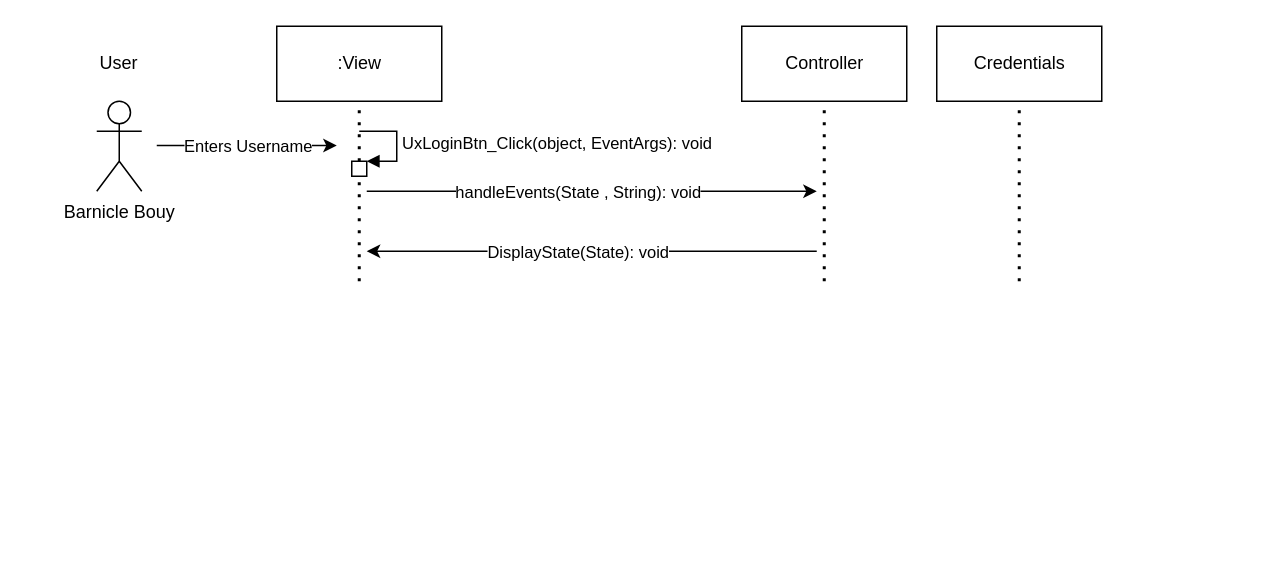
The draw.io diagram page "Enter Valid credentials" (2 of 2) of Lab1-CalebRosebaugh.drawio in Rosebaugh/CS501, before the edit. Source tidied: cells renumbered, new cells numbered last; positions are measured from the earlier drawing's top-left corner, leaving out a move shared by most shapes. Both pictures are drawn from the tidied source at 150%, with x=0, y=0 at pixel (88, 26).
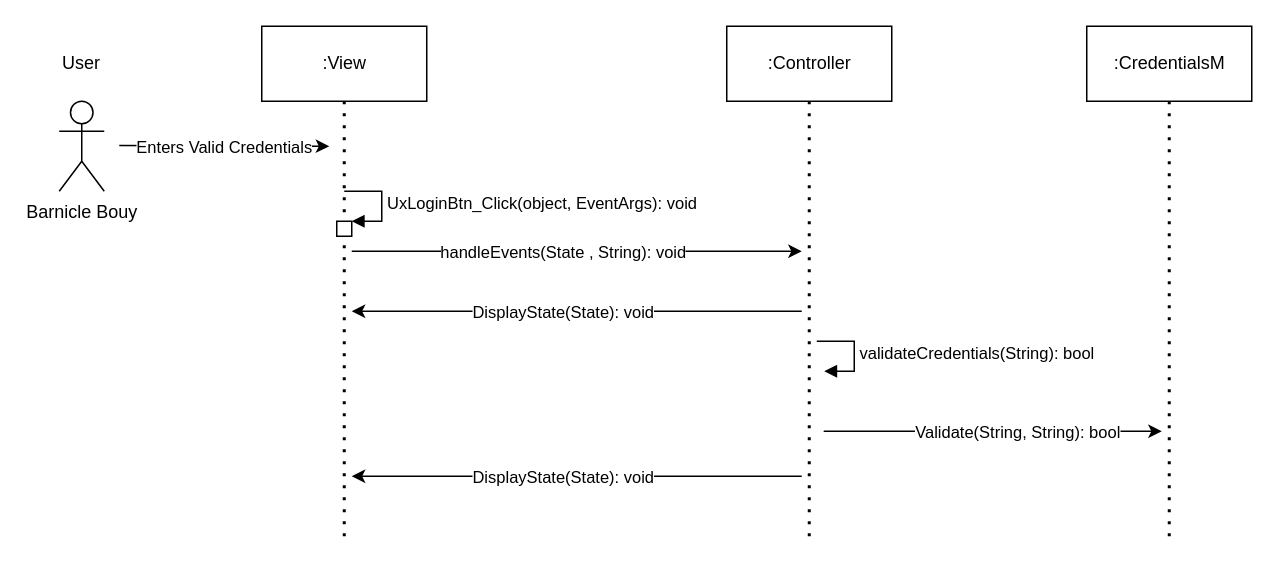
Above is the later version.

The edit, as a diff of the source:
```diff
@@
     <mxCell id="2" value="Barnicle Bouy" style="shape=umlActor;verticalLabelPosition=bottom;verticalAlign=top;html=1;" parent="1" vertex="1">
-      <mxGeometry x="5" y="50" width="30" height="60" as="geometry" />
+      <mxGeometry x="-20" y="50" width="30" height="60" as="geometry" />
     </mxCell>
     <mxCell id="3" value=":View" style="html=1;" parent="1" vertex="1">
-      <mxGeometry x="125" width="110" height="50" as="geometry" />
+      <mxGeometry x="115" width="110" height="50" as="geometry" />
     </mxCell>
     <mxCell id="4" style="endArrow=classic;html=1;" parent="1" edge="1">
       <mxGeometry relative="1" as="geometry">
-        <mxPoint x="45" y="79.5" as="sourcePoint" />
-        <mxPoint x="165" y="79.5" as="targetPoint" />
+        <mxPoint x="20" y="79.5" as="sourcePoint" />
+        <mxPoint x="160" y="80" as="targetPoint" />
       </mxGeometry>
     </mxCell>
-    <mxCell id="5" value="Enters Username" style="edgeLabel;html=1;align=center;verticalAlign=middle;" parent="4" vertex="1">
+    <mxCell id="5" value="Enters Valid Credentials" style="edgeLabel;html=1;align=center;verticalAlign=middle;" parent="4" vertex="1">
       <mxGeometry x="-0.17" relative="1" as="geometry">
-        <mxPoint x="10" as="offset" />
+        <mxPoint x="11.7" y="0.3" as="offset" />
       </mxGeometry>
     </mxCell>
     <mxCell id="6" style="endArrow=none;dashed=1;html=1;dashPattern=1 3;strokeWidth=2;entryX=0.5;entryY=1;entryDx=0;entryDy=0;" parent="1" edge="1" target="3">
       <mxGeometry relative="1" as="geometry">
-        <mxPoint x="180" y="170" as="sourcePoint" />
+        <mxPoint x="170" y="340" as="sourcePoint" />
       </mxGeometry>
     </mxCell>
-    <mxCell id="7" value="Controller" style="html=1;" parent="1" vertex="1">
-      <mxGeometry x="435" width="110" height="50" as="geometry" />
+    <mxCell id="7" value=":Controller" style="html=1;" parent="1" vertex="1">
+      <mxGeometry x="425" width="110" height="50" as="geometry" />
     </mxCell>
     <mxCell id="8" style="endArrow=none;dashed=1;html=1;dashPattern=1 3;strokeWidth=2;entryX=0.5;entryY=1;entryDx=0;entryDy=0;" parent="1" edge="1" target="7">
       <mxGeometry relative="1" as="geometry">
-        <mxPoint x="490" y="170" as="sourcePoint" />
+        <mxPoint x="480" y="340" as="sourcePoint" />
       </mxGeometry>
     </mxCell>
     <mxCell id="9" style="endArrow=classic;html=1;" parent="1" edge="1">
       <mxGeometry relative="1" as="geometry">
-        <mxPoint x="185" y="110" as="sourcePoint" />
-        <mxPoint x="485" y="110" as="targetPoint" />
+        <mxPoint x="175" y="150" as="sourcePoint" />
+        <mxPoint x="475" y="150" as="targetPoint" />
         <Array as="points">
-          <mxPoint x="355" y="110" />
+          <mxPoint x="345" y="150" />
         </Array>
       </mxGeometry>
     </mxCell>
@@
     <mxCell id="11" style="html=1;points=[];perimeter=orthogonalPerimeter;" parent="1" vertex="1">
-      <mxGeometry x="175" y="90" width="10" height="10" as="geometry" />
+      <mxGeometry x="165" y="130" width="10" height="10" as="geometry" />
     </mxCell>
     <mxCell id="12" value="&lt;span style=&quot;text-align: center&quot;&gt;UxLoginBtn_Click(object, EventArgs): void&lt;/span&gt;" style="edgeStyle=orthogonalEdgeStyle;html=1;align=left;spacingLeft=2;endArrow=block;rounded=0;entryX=1;entryY=0;" parent="1" edge="1" target="11">
       <mxGeometry relative="1" as="geometry">
-        <mxPoint x="180" y="70" as="sourcePoint" />
+        <mxPoint x="170" y="110" as="sourcePoint" />
         <Array as="points">
-          <mxPoint x="205" y="70" />
+          <mxPoint x="195" y="110" />
         </Array>
       </mxGeometry>
     </mxCell>
-    <mxCell id="13" value="Credentials" style="html=1;" parent="1" vertex="1">
-      <mxGeometry x="565" width="110" height="50" as="geometry" />
+    <mxCell id="13" value=":CredentialsM" style="html=1;" parent="1" vertex="1">
+      <mxGeometry x="665" width="110" height="50" as="geometry" />
     </mxCell>
     <mxCell id="14" style="endArrow=none;dashed=1;html=1;dashPattern=1 3;strokeWidth=2;entryX=0.5;entryY=1;entryDx=0;entryDy=0;" parent="1" edge="1" target="13">
       <mxGeometry relative="1" as="geometry">
-        <mxPoint x="620" y="170" as="sourcePoint" />
+        <mxPoint x="720" y="340" as="sourcePoint" />
       </mxGeometry>
     </mxCell>
@@
     <mxCell id="16" style="endArrow=classic;html=1;" parent="1" edge="1">
       <mxGeometry relative="1" as="geometry">
-        <mxPoint x="485" y="150" as="sourcePoint" />
-        <mxPoint x="185" y="150" as="targetPoint" />
+        <mxPoint x="475" y="190" as="sourcePoint" />
+        <mxPoint x="175" y="190" as="targetPoint" />
         <Array as="points">
-          <mxPoint x="365" y="150" />
+          <mxPoint x="355" y="190" />
         </Array>
       </mxGeometry>
     </mxCell>
@@
     <mxCell id="18" value="User" style="text;html=1;strokeColor=none;fillColor=none;align=center;verticalAlign=middle;whiteSpace=wrap;rounded=0;" parent="1" vertex="1">
-      <mxGeometry y="15" width="40" height="20" as="geometry" />
+      <mxGeometry x="-25" y="15" width="40" height="20" as="geometry" />
     </mxCell>
+    <mxCell id="19" style="endArrow=classic;html=1;" parent="1" edge="1">
+      <mxGeometry relative="1" as="geometry">
+        <mxPoint x="595" y="270" as="sourcePoint" />
+        <mxPoint x="715" y="270" as="targetPoint" />
+        <Array as="points">
+          <mxPoint x="485" y="270" />
+        </Array>
+      </mxGeometry>
+    </mxCell>
+    <mxCell id="20" value="Validate(String, String): bool" style="edgeLabel;html=1;align=center;verticalAlign=middle;" parent="19" vertex="1">
+      <mxGeometry x="0.06" relative="1" as="geometry">
+        <mxPoint x="63.3" as="offset" />
+      </mxGeometry>
+    </mxCell>
+    <mxCell id="21" value="&lt;span style=&quot;text-align: center&quot;&gt;validateCredentials(String): bool&lt;/span&gt;" style="edgeStyle=orthogonalEdgeStyle;html=1;align=left;spacingLeft=2;endArrow=block;rounded=0;entryX=1;entryY=0;" parent="1" edge="1">
+      <mxGeometry relative="1" as="geometry">
+        <mxPoint x="485" y="210" as="sourcePoint" />
+        <mxPoint x="490" y="230" as="targetPoint" />
+        <Array as="points">
+          <mxPoint x="510" y="210" />
+        </Array>
+      </mxGeometry>
+    </mxCell>
+    <mxCell id="22" style="endArrow=classic;html=1;" parent="1" edge="1">
+      <mxGeometry relative="1" as="geometry">
+        <mxPoint x="475" y="300" as="sourcePoint" />
+        <mxPoint x="175" y="300" as="targetPoint" />
+        <Array as="points">
+          <mxPoint x="355" y="300" />
+        </Array>
+      </mxGeometry>
+    </mxCell>
+    <mxCell id="23" value="DisplayState(State): void" style="edgeLabel;html=1;align=center;verticalAlign=middle;" parent="22" vertex="1">
+      <mxGeometry x="0.06" relative="1" as="geometry">
+        <mxPoint x="-1" as="offset" />
+      </mxGeometry>
+    </mxCell>
```
